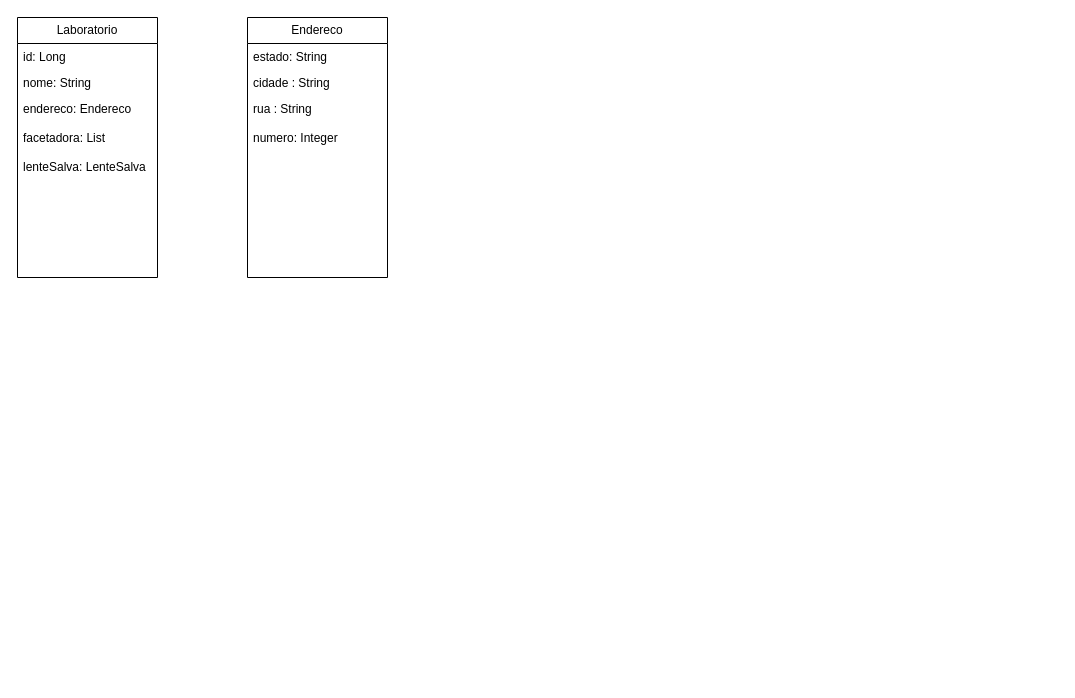
This is documentation/GerenciadorDeMontagemUML.drawio from EliasMCR/GerenciadorMontagem, a draw.io file, before an edit. Source tidied: cells renumbered, new cells numbered last; positions are measured from the earlier drawing's top-left corner, leaving out a move shared by most shapes. Both pictures are drawn from the tidied source at 100%, with x=0, y=0 at pixel (17, 17).
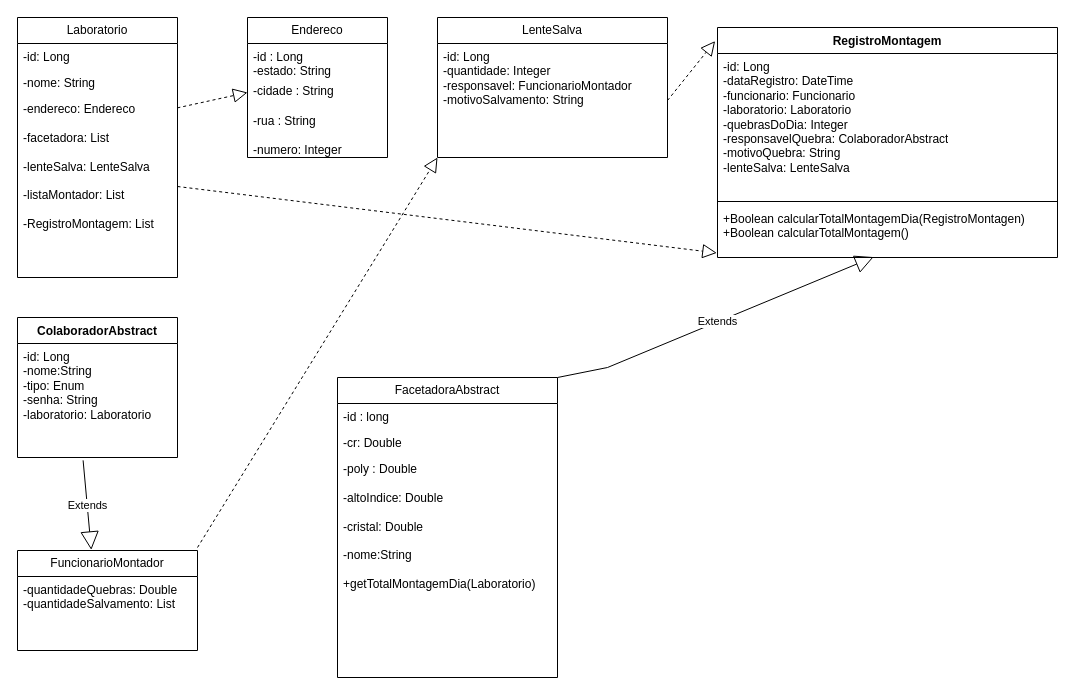
Above is the later version.

Commit message (it also covers changes not shown here):
adicionando tabelas ao uml

Change to the diagram source:
```diff
@@
     <mxCell id="2" value="Laboratorio" style="swimlane;fontStyle=0;horizontal=1;startSize=26;fillColor=none;whiteSpace=wrap;html=1;" parent="1" vertex="1">
-      <mxGeometry width="140" height="260" as="geometry" />
+      <mxGeometry width="160" height="260" as="geometry" />
     </mxCell>
-    <mxCell id="3" value="id: Long" style="text;strokeColor=none;fillColor=none;align=left;verticalAlign=top;spacingLeft=4;spacingRight=4;overflow=hidden;whiteSpace=wrap;html=1;" parent="2" vertex="1">
-      <mxGeometry y="26" width="140" height="26" as="geometry" />
+    <mxCell id="3" value="-id: Long" style="text;strokeColor=none;fillColor=none;align=left;verticalAlign=top;spacingLeft=4;spacingRight=4;overflow=hidden;whiteSpace=wrap;html=1;" parent="2" vertex="1">
+      <mxGeometry y="26" width="160" height="26" as="geometry" />
     </mxCell>
-    <mxCell id="4" value="nome: String" style="text;strokeColor=none;fillColor=none;align=left;verticalAlign=top;spacingLeft=4;spacingRight=4;overflow=hidden;whiteSpace=wrap;html=1;" parent="2" vertex="1">
-      <mxGeometry y="52" width="140" height="26" as="geometry" />
+    <mxCell id="4" value="-nome: String" style="text;strokeColor=none;fillColor=none;align=left;verticalAlign=top;spacingLeft=4;spacingRight=4;overflow=hidden;whiteSpace=wrap;html=1;" parent="2" vertex="1">
+      <mxGeometry y="52" width="160" height="26" as="geometry" />
     </mxCell>
-    <mxCell id="5" value="endereco: Endereco&lt;div&gt;&lt;br&gt;&lt;/div&gt;&lt;div&gt;facetadora: List&lt;/div&gt;&lt;div&gt;&lt;br&gt;&lt;/div&gt;&lt;div&gt;lenteSalva: LenteSalva&lt;/div&gt;&lt;div&gt;&lt;br&gt;&lt;/div&gt;" style="text;strokeColor=none;fillColor=none;align=left;verticalAlign=top;spacingLeft=4;spacingRight=4;overflow=hidden;points=[[0,0.5],[1,0.5]];portConstraint=eastwest;whiteSpace=wrap;html=1;" parent="2" vertex="1">
-      <mxGeometry y="78" width="140" height="182" as="geometry" />
+    <mxCell id="5" value="-endereco: Endereco&lt;div&gt;&lt;br&gt;&lt;/div&gt;&lt;div&gt;-facetadora: List&lt;/div&gt;&lt;div&gt;&lt;br&gt;&lt;/div&gt;&lt;div&gt;-lenteSalva: LenteSalva&lt;/div&gt;&lt;div&gt;&lt;br&gt;&lt;/div&gt;&lt;div&gt;-listaMontador: List&lt;/div&gt;&lt;div&gt;&lt;br&gt;&lt;/div&gt;&lt;div&gt;-RegistroMontagem: List&lt;/div&gt;&lt;div&gt;&lt;br&gt;&lt;/div&gt;" style="text;strokeColor=none;fillColor=none;align=left;verticalAlign=top;spacingLeft=4;spacingRight=4;overflow=hidden;points=[[0,0.5],[1,0.5]];portConstraint=eastwest;whiteSpace=wrap;html=1;" parent="2" vertex="1">
+      <mxGeometry y="78" width="160" height="182" as="geometry" />
     </mxCell>
     <mxCell id="6" value="Endereco" style="swimlane;fontStyle=0;horizontal=1;startSize=26;fillColor=none;whiteSpace=wrap;html=1;" parent="1" vertex="1">
-      <mxGeometry x="230" width="140" height="260" as="geometry" />
+      <mxGeometry x="230" width="140" height="140" as="geometry" />
     </mxCell>
-    <mxCell id="7" value="estado: String" style="text;strokeColor=none;fillColor=none;align=left;verticalAlign=top;spacingLeft=4;spacingRight=4;overflow=hidden;whiteSpace=wrap;html=1;" parent="6" vertex="1">
-      <mxGeometry y="26" width="140" height="26" as="geometry" />
+    <mxCell id="7" value="&lt;div&gt;-id : Long&lt;/div&gt;-estado: String" style="text;strokeColor=none;fillColor=none;align=left;verticalAlign=top;spacingLeft=4;spacingRight=4;overflow=hidden;whiteSpace=wrap;html=1;" parent="6" vertex="1">
+      <mxGeometry y="26" width="140" height="34" as="geometry" />
     </mxCell>
-    <mxCell id="8" value="cidade : String&lt;div&gt;&lt;br&gt;&lt;/div&gt;" style="text;strokeColor=none;fillColor=none;align=left;verticalAlign=top;spacingLeft=4;spacingRight=4;overflow=hidden;points=[[0,0.5],[1,0.5]];portConstraint=eastwest;whiteSpace=wrap;html=1;" parent="6" vertex="1">
-      <mxGeometry y="52" width="140" height="26" as="geometry" />
+    <mxCell id="8" value="-cidade : String&lt;div&gt;&lt;br&gt;&lt;/div&gt;" style="text;strokeColor=none;fillColor=none;align=left;verticalAlign=top;spacingLeft=4;spacingRight=4;overflow=hidden;points=[[0,0.5],[1,0.5]];portConstraint=eastwest;whiteSpace=wrap;html=1;" parent="6" vertex="1">
+      <mxGeometry y="60" width="140" height="30" as="geometry" />
     </mxCell>
-    <mxCell id="9" value="rua : String&lt;div&gt;&lt;br&gt;&lt;/div&gt;&lt;div&gt;numero: Integer&lt;br&gt;&lt;div&gt;&lt;br&gt;&lt;div&gt;&lt;br&gt;&lt;/div&gt;&lt;/div&gt;&lt;/div&gt;" style="text;strokeColor=none;fillColor=none;align=left;verticalAlign=top;spacingLeft=4;spacingRight=4;overflow=hidden;whiteSpace=wrap;html=1;" parent="6" vertex="1">
-      <mxGeometry y="78" width="140" height="182" as="geometry" />
+    <mxCell id="9" value="-rua : String&lt;div&gt;&lt;br&gt;&lt;/div&gt;&lt;div&gt;-numero: Integer&lt;/div&gt;&lt;div&gt;&lt;br&gt;&lt;/div&gt;&lt;div&gt;&lt;br&gt;&lt;div&gt;&lt;br&gt;&lt;div&gt;&lt;br&gt;&lt;/div&gt;&lt;/div&gt;&lt;/div&gt;" style="text;strokeColor=none;fillColor=none;align=left;verticalAlign=top;spacingLeft=4;spacingRight=4;overflow=hidden;whiteSpace=wrap;html=1;" parent="6" vertex="1">
+      <mxGeometry y="90" width="140" height="50" as="geometry" />
     </mxCell>
+    <mxCell id="10" style="endArrow=block;dashed=1;endFill=0;endSize=12;html=1;rounded=0;exitX=0.999;exitY=0.068;exitDx=0;exitDy=0;exitPerimeter=0;entryX=0;entryY=0.5;entryDx=0;entryDy=0;" parent="1" edge="1" source="5" target="8">
+      <mxGeometry relative="1" as="geometry" />
+    </mxCell>
+    <mxCell id="11" value="FacetadoraAbstract" style="swimlane;fontStyle=0;horizontal=1;startSize=26;fillColor=none;whiteSpace=wrap;html=1;" parent="1" vertex="1">
+      <mxGeometry x="320" y="360" width="220" height="300" as="geometry" />
+    </mxCell>
+    <mxCell id="12" value="-id : long" style="text;strokeColor=none;fillColor=none;align=left;verticalAlign=top;spacingLeft=4;spacingRight=4;overflow=hidden;whiteSpace=wrap;html=1;" parent="11" vertex="1">
+      <mxGeometry y="26" width="220" height="26" as="geometry" />
+    </mxCell>
+    <mxCell id="13" value="-cr: Double" style="text;strokeColor=none;fillColor=none;align=left;verticalAlign=top;spacingLeft=4;spacingRight=4;overflow=hidden;whiteSpace=wrap;html=1;" parent="11" vertex="1">
+      <mxGeometry y="52" width="220" height="26" as="geometry" />
+    </mxCell>
+    <mxCell id="14" value="-poly : Double&lt;div&gt;&lt;br&gt;&lt;/div&gt;&lt;div&gt;-altoIndice: Double&lt;/div&gt;&lt;div&gt;&lt;br&gt;&lt;/div&gt;&lt;div&gt;-cristal: Double&lt;/div&gt;&lt;div&gt;&lt;br&gt;&lt;/div&gt;&lt;div&gt;-nome:String&lt;/div&gt;&lt;div&gt;&lt;br&gt;&lt;/div&gt;&lt;div&gt;+getTotalMontagemDia(Laboratorio)&lt;/div&gt;" style="text;strokeColor=none;fillColor=none;align=left;verticalAlign=top;spacingLeft=4;spacingRight=4;overflow=hidden;whiteSpace=wrap;html=1;" parent="11" vertex="1">
+      <mxGeometry y="78" width="220" height="222" as="geometry" />
+    </mxCell>
+    <mxCell id="15" value="RegistroMontagem" style="swimlane;fontStyle=1;align=center;verticalAlign=top;horizontal=1;startSize=26;whiteSpace=wrap;html=1;" parent="1" vertex="1">
+      <mxGeometry x="700" y="10" width="340" height="230" as="geometry" />
+    </mxCell>
+    <mxCell id="16" value="&lt;div&gt;-id: Long&lt;/div&gt;&lt;div&gt;-dataRegistro: DateTime&lt;/div&gt;&lt;div&gt;-funcionario: Funcionario&lt;/div&gt;&lt;div&gt;-&lt;span style=&quot;background-color: initial;&quot;&gt;laboratorio: Laboratorio&lt;/span&gt;&lt;/div&gt;&lt;div&gt;&lt;span style=&quot;background-color: initial;&quot;&gt;-quebrasDoDia: Integer&lt;/span&gt;&lt;/div&gt;&lt;div&gt;&lt;span style=&quot;background-color: initial;&quot;&gt;-responsavelQuebra: ColaboradorAbstract&lt;/span&gt;&lt;/div&gt;&lt;div&gt;&lt;span style=&quot;background-color: initial;&quot;&gt;-motivoQuebra: String&lt;/span&gt;&lt;/div&gt;&lt;div&gt;-lenteSalva: LenteSalva&lt;/div&gt;&lt;div&gt;&lt;br&gt;&lt;/div&gt;&lt;div&gt;&lt;br&gt;&lt;/div&gt;&lt;div&gt;&lt;br&gt;&lt;/div&gt;&lt;div&gt;&lt;br&gt;&lt;/div&gt;" style="text;strokeColor=none;fillColor=none;align=left;verticalAlign=top;spacingLeft=4;spacingRight=4;overflow=hidden;whiteSpace=wrap;html=1;" parent="15" vertex="1">
+      <mxGeometry y="26" width="340" height="144" as="geometry" />
+    </mxCell>
+    <mxCell id="17" style="line;strokeWidth=1;fillColor=none;align=left;verticalAlign=middle;spacingTop=-1;spacingLeft=3;spacingRight=3;labelPosition=right;strokeColor=inherit;" parent="15" vertex="1">
+      <mxGeometry y="170" width="340" height="8" as="geometry" />
+    </mxCell>
+    <mxCell id="18" value="+Boolean calcularTotalMontagemDia(RegistroMontagen)&lt;div&gt;+Boolean calcularTotalMontagem()&lt;/div&gt;" style="text;strokeColor=none;fillColor=none;align=left;verticalAlign=top;spacingLeft=4;spacingRight=4;overflow=hidden;points=[[0,0.5],[1,0.5]];portConstraint=eastwest;whiteSpace=wrap;html=1;" parent="15" vertex="1">
+      <mxGeometry y="178" width="340" height="52" as="geometry" />
+    </mxCell>
+    <mxCell id="19" value="Extends" style="endArrow=block;endSize=16;endFill=0;html=1;rounded=0;exitX=1;exitY=0;exitDx=0;exitDy=0;entryX=0.459;entryY=0.992;entryDx=0;entryDy=0;entryPerimeter=0;" parent="1" edge="1" source="11" target="18">
+      <mxGeometry relative="1" as="geometry">
+        <Array as="points">
+          <mxPoint x="590" y="350" />
+        </Array>
+      </mxGeometry>
+    </mxCell>
+    <mxCell id="20" style="endArrow=block;dashed=1;endFill=0;endSize=12;html=1;rounded=0;exitX=1;exitY=0.5;exitDx=0;exitDy=0;entryX=-0.002;entryY=0.912;entryDx=0;entryDy=0;entryPerimeter=0;" parent="1" edge="1" source="5" target="18">
+      <mxGeometry relative="1" as="geometry" />
+    </mxCell>
+    <mxCell id="21" value="ColaboradorAbstract" style="swimlane;fontStyle=1;align=center;verticalAlign=top;horizontal=1;startSize=26;whiteSpace=wrap;html=1;" parent="1" vertex="1">
+      <mxGeometry y="300" width="160" height="140" as="geometry" />
+    </mxCell>
+    <mxCell id="22" value="-id: Long&lt;div&gt;-nome:String&lt;/div&gt;&lt;div&gt;-tipo: Enum&lt;/div&gt;&lt;div&gt;-senha: String&lt;/div&gt;&lt;div&gt;-laboratorio: Laboratorio&lt;/div&gt;" style="text;strokeColor=none;fillColor=none;align=left;verticalAlign=top;spacingLeft=4;spacingRight=4;overflow=hidden;points=[[0,0.5],[1,0.5]];portConstraint=eastwest;whiteSpace=wrap;html=1;" parent="21" vertex="1">
+      <mxGeometry y="26" width="160" height="114" as="geometry" />
+    </mxCell>
+    <mxCell id="23" value="FuncionarioMontador" style="swimlane;fontStyle=0;horizontal=1;startSize=26;fillColor=none;whiteSpace=wrap;html=1;" parent="1" vertex="1">
+      <mxGeometry y="533" width="180" height="100" as="geometry" />
+    </mxCell>
+    <mxCell id="24" value="-quantidadeQuebras: Double&lt;div&gt;-quantidadeSalvamento: List&lt;/div&gt;" style="text;strokeColor=none;fillColor=none;align=left;verticalAlign=top;spacingLeft=4;spacingRight=4;overflow=hidden;whiteSpace=wrap;html=1;" parent="23" vertex="1">
+      <mxGeometry y="26" width="180" height="74" as="geometry" />
+    </mxCell>
+    <mxCell id="25" value="Extends" style="endArrow=block;endSize=16;endFill=0;html=1;rounded=0;exitX=0.41;exitY=1.025;exitDx=0;exitDy=0;exitPerimeter=0;entryX=0.41;entryY=-0.006;entryDx=0;entryDy=0;entryPerimeter=0;" parent="1" edge="1" source="22" target="23">
+      <mxGeometry relative="1" as="geometry" />
+    </mxCell>
+    <mxCell id="26" value="LenteSalva" style="swimlane;fontStyle=0;horizontal=1;startSize=26;fillColor=none;whiteSpace=wrap;html=1;" parent="1" vertex="1">
+      <mxGeometry x="420" width="230" height="140" as="geometry" />
+    </mxCell>
+    <mxCell id="27" value="-id: Long&lt;div&gt;-quantidade: Integer&lt;/div&gt;&lt;div&gt;-responsavel: FuncionarioMontador&lt;/div&gt;&lt;div&gt;-motivoSalvamento: String&lt;/div&gt;" style="text;strokeColor=none;fillColor=none;align=left;verticalAlign=top;spacingLeft=4;spacingRight=4;overflow=hidden;points=[[0,0.5],[1,0.5]];portConstraint=eastwest;whiteSpace=wrap;html=1;" parent="26" vertex="1">
+      <mxGeometry y="26" width="230" height="114" as="geometry" />
+    </mxCell>
+    <mxCell id="28" style="endArrow=block;dashed=1;endFill=0;endSize=12;html=1;rounded=0;entryX=0;entryY=1;entryDx=0;entryDy=0;entryPerimeter=0;" parent="1" edge="1" target="27">
+      <mxGeometry relative="1" as="geometry">
+        <mxPoint x="180" y="530" as="sourcePoint" />
+      </mxGeometry>
+    </mxCell>
+    <mxCell id="29" style="endArrow=block;dashed=1;endFill=0;endSize=12;html=1;rounded=0;exitX=1;exitY=0.5;exitDx=0;exitDy=0;entryX=-0.007;entryY=0.059;entryDx=0;entryDy=0;entryPerimeter=0;" parent="1" edge="1" source="27" target="15">
+      <mxGeometry relative="1" as="geometry" />
+    </mxCell>
```
